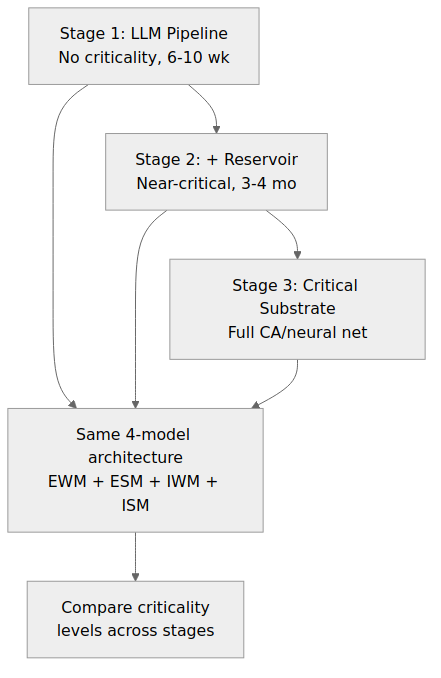
The Mermaid diagram docs/engineering/designs/pdf/png/design-07-simple.png in JeltzProstetnic/aIware, before a commit. Its source is kept beside it as docs/engineering/designs/pdf/mmd/design-07-simple.mmd. The source it was exported from:
```mermaid
graph TD
    S1[Stage 1: LLM Pipeline<br/>No criticality, 6-10 wk] --> S2[Stage 2: + Reservoir<br/>Near-critical, 3-4 mo]
    S2 --> S3[Stage 3: Critical Substrate<br/>Full CA/neural net]
    S1 --> SHARED[Same 4-model architecture<br/>EWM + ESM + IWM + ISM]
    S2 --> SHARED
    S3 --> SHARED
    SHARED --> TEST[Compare criticality<br/>levels across stages]
```
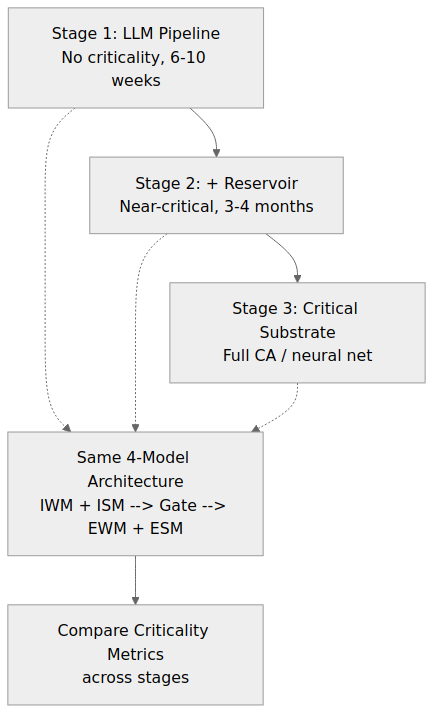
The same diagram one commit later.

Change to the diagram source:
```diff
@@ -1,7 +1,10 @@
 graph TD
-    S1[Stage 1: LLM Pipeline<br/>No criticality, 6-10 wk] --> S2[Stage 2: + Reservoir<br/>Near-critical, 3-4 mo]
-    S2 --> S3[Stage 3: Critical Substrate<br/>Full CA/neural net]
-    S1 --> SHARED[Same 4-model architecture<br/>EWM + ESM + IWM + ISM]
-    S2 --> SHARED
-    S3 --> SHARED
-    SHARED --> TEST[Compare criticality<br/>levels across stages]
+    S1["Stage 1: LLM Pipeline<br/>No criticality, 6-10 weeks"]
+    S2["Stage 2: + Reservoir<br/>Near-critical, 3-4 months"]
+    S3["Stage 3: Critical Substrate<br/>Full CA / neural net"]
+    S1 --> S2 --> S3
+    S1 -.-> ARCH
+    S2 -.-> ARCH
+    S3 -.-> ARCH
+    ARCH["Same 4-Model Architecture<br/>IWM + ISM --> Gate --> EWM + ESM"]
+    ARCH --> TEST["Compare Criticality Metrics<br/>across stages"]
```
